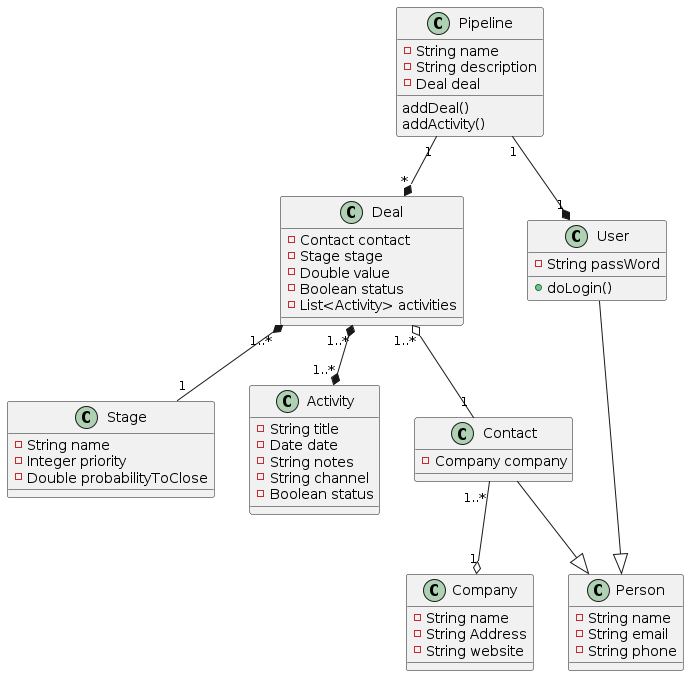
The PlantUML diagram out/planning/uml/crm33/CRM33.png in igormedeiros/crm33, before a commit.
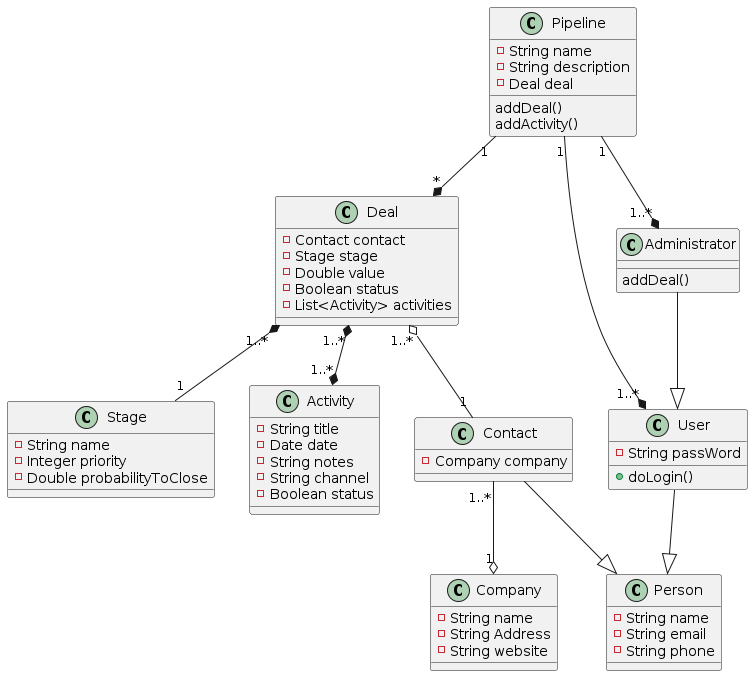
The same diagram one commit later.

Commit message:
uml include adm role

What changed in the source:
```diff
@@ -49,6 +49,10 @@
   +doLogin()
 }
 
+class Administrator{
+  addDeal()
+}
+
 class Company{
   -String name
   -String Address
@@ -58,9 +62,11 @@
 
 User --|> Person
 Contact --|> Person
+Administrator --|> User
 
 Pipeline "1" --* "*" Deal
-Pipeline "1" --* "1" User
+Pipeline "1" --* "1..*" User
+Pipeline "1" --* "1..*" Administrator
 Deal "1..*" *-- "1" Stage
 Deal "1..*" o-- "1" Contact
 Contact "1..*" --o "1" Company
```
